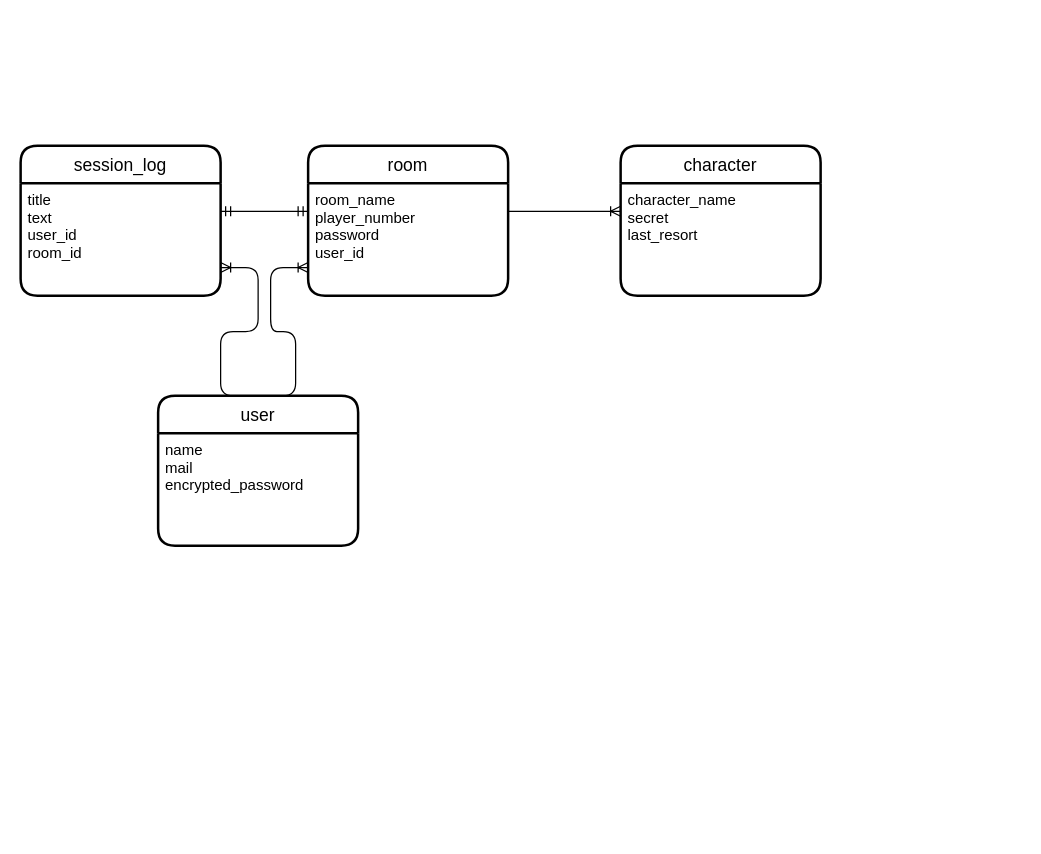
ysys1195/shinobi_assist_31491 keeps this draw.io diagram as drawing.dio. Above is the earlier version. Source tidied: cells renumbered, new cells numbered last; positions are measured from the earlier drawing's top-left corner, leaving out a move shared by most shapes. Both pictures are drawn from the tidied source at 125%, with x=0, y=0 at pixel (20, 145).
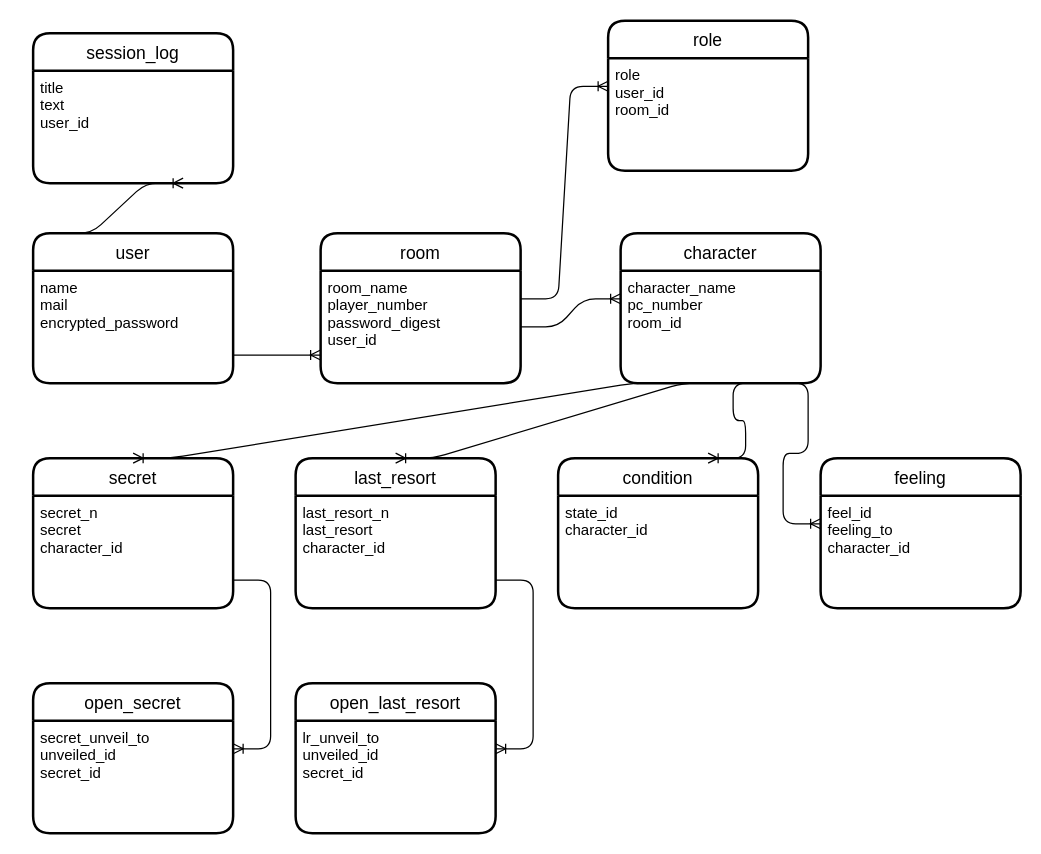
The same diagram, later.

The change refers to these unchanged cells:
```xml
<mxCell id="3" value="name&#10;mail&#10;encrypted_password" style="align=left;strokeColor=none;fillColor=none;spacingLeft=4;fontSize=12;verticalAlign=top;" parent="2" vertex="1">
  <mxGeometry y="30" width="160" height="90" as="geometry" />
</mxCell>
```

Diff of the diagram source:
```diff
@@
     <mxCell id="2" value="user" style="swimlane;horizontal=1;startSize=30;rounded=1;fontSize=14;fontStyle=0;strokeWidth=2;shadow=0;dashed=0;align=center;" parent="1" vertex="1">
-      <mxGeometry x="110" y="200" width="160" height="120" as="geometry" />
+      <mxGeometry x="10" y="70" width="160" height="120" as="geometry" />
     </mxCell>
@@
     <mxCell id="4" value="room" style="swimlane;horizontal=1;startSize=30;rounded=1;fontSize=14;fontStyle=0;strokeWidth=2;shadow=0;dashed=0;align=center;" parent="1" vertex="1">
-      <mxGeometry x="230" width="160" height="120" as="geometry" />
+      <mxGeometry x="240" y="70" width="160" height="120" as="geometry" />
     </mxCell>
-    <mxCell id="5" value="room_name&#10;player_number&#10;password&#10;user_id" style="align=left;strokeColor=none;fillColor=none;spacingLeft=4;fontSize=12;verticalAlign=top;" parent="4" vertex="1">
+    <mxCell id="5" value="room_name&#10;player_number&#10;password_digest&#10;user_id" style="align=left;strokeColor=none;fillColor=none;spacingLeft=4;fontSize=12;verticalAlign=top;" parent="4" vertex="1">
       <mxGeometry y="30" width="160" height="90" as="geometry" />
     </mxCell>
     <mxCell id="6" value="session_log" style="swimlane;horizontal=1;startSize=30;rounded=1;fontSize=14;fontStyle=0;strokeWidth=2;shadow=0;dashed=0;align=center;" parent="1" vertex="1">
-      <mxGeometry width="160" height="120" as="geometry" />
+      <mxGeometry x="10" y="-90" width="160" height="120" as="geometry" />
     </mxCell>
-    <mxCell id="7" value="title&#10;text&#10;user_id&#10;room_id" style="align=left;strokeColor=none;fillColor=none;spacingLeft=4;fontSize=12;verticalAlign=top;" parent="6" vertex="1">
+    <mxCell id="7" value="title&#10;text&#10;user_id" style="align=left;strokeColor=none;fillColor=none;spacingLeft=4;fontSize=12;verticalAlign=top;" parent="6" vertex="1">
       <mxGeometry y="30" width="160" height="90" as="geometry" />
     </mxCell>
-    <mxCell id="8" value="character" style="swimlane;horizontal=1;startSize=30;rounded=1;fontSize=14;fontStyle=0;strokeWidth=2;shadow=0;dashed=0;align=center;" parent="1" vertex="1">
-      <mxGeometry x="480" width="160" height="120" as="geometry" />
+    <mxCell id="8" value="role" style="swimlane;horizontal=1;startSize=30;rounded=1;fontSize=14;fontStyle=0;strokeWidth=2;shadow=0;dashed=0;align=center;" parent="1" vertex="1">
+      <mxGeometry x="470" y="-100" width="160" height="120" as="geometry" />
     </mxCell>
-    <mxCell id="9" value="character_name&#10;secret&#10;last_resort" style="align=left;strokeColor=none;fillColor=none;spacingLeft=4;fontSize=12;verticalAlign=top;" parent="8" vertex="1">
+    <mxCell id="9" value="role&#10;user_id&#10;room_id" style="align=left;strokeColor=none;fillColor=none;spacingLeft=4;fontSize=12;verticalAlign=top;" parent="8" vertex="1">
       <mxGeometry y="30" width="160" height="90" as="geometry" />
     </mxCell>
-    <mxCell id="10" style="edgeStyle=entityRelationEdgeStyle;fontSize=12;html=1;endArrow=ERoneToMany;entryX=0;entryY=0.75;entryDx=0;entryDy=0;exitX=0.5;exitY=0;exitDx=0;exitDy=0;" parent="1" edge="1" source="2" target="5">
+    <mxCell id="10" style="edgeStyle=entityRelationEdgeStyle;fontSize=12;html=1;endArrow=ERoneToMany;entryX=0;entryY=0.75;entryDx=0;entryDy=0;exitX=1;exitY=0.75;exitDx=0;exitDy=0;" parent="1" edge="1" source="3" target="5">
       <mxGeometry relative="1" as="geometry" />
     </mxCell>
-    <mxCell id="11" style="edgeStyle=entityRelationEdgeStyle;fontSize=12;html=1;endArrow=ERmandOne;startArrow=ERmandOne;exitX=1;exitY=0.25;exitDx=0;exitDy=0;entryX=0;entryY=0.25;entryDx=0;entryDy=0;" parent="1" edge="1" source="7" target="5">
-      <mxGeometry relative="1" as="geometry" />
-    </mxCell>
-    <mxCell id="12" style="edgeStyle=entityRelationEdgeStyle;fontSize=12;html=1;endArrow=ERoneToMany;exitX=0.5;exitY=0;exitDx=0;exitDy=0;entryX=1;entryY=0.75;entryDx=0;entryDy=0;" parent="1" edge="1" source="2" target="7">
+    <mxCell id="12" style="edgeStyle=entityRelationEdgeStyle;fontSize=12;html=1;endArrow=ERoneToMany;exitX=0.106;exitY=0;exitDx=0;exitDy=0;entryX=0.75;entryY=1;entryDx=0;entryDy=0;exitPerimeter=0;" parent="1" edge="1" source="2" target="7">
       <mxGeometry relative="1" as="geometry" />
     </mxCell>
@@
+    <mxCell id="14" value="character" style="swimlane;horizontal=1;startSize=30;rounded=1;fontSize=14;fontStyle=0;strokeWidth=2;shadow=0;dashed=0;align=center;" parent="1" vertex="1">
+      <mxGeometry x="480" y="70" width="160" height="120" as="geometry" />
+    </mxCell>
+    <mxCell id="15" value="character_name&#10;pc_number&#10;room_id" style="align=left;strokeColor=none;fillColor=none;spacingLeft=4;fontSize=12;verticalAlign=top;" parent="14" vertex="1">
+      <mxGeometry y="30" width="160" height="90" as="geometry" />
+    </mxCell>
+    <mxCell id="16" style="edgeStyle=entityRelationEdgeStyle;fontSize=12;html=1;endArrow=ERoneToMany;exitX=1;exitY=0.5;exitDx=0;exitDy=0;entryX=0;entryY=0.25;entryDx=0;entryDy=0;" parent="1" edge="1" source="5" target="15">
+      <mxGeometry relative="1" as="geometry" />
+    </mxCell>
+    <mxCell id="17" value="feeling" style="swimlane;horizontal=1;startSize=30;rounded=1;fontSize=14;fontStyle=0;strokeWidth=2;shadow=0;dashed=0;align=center;" parent="1" vertex="1">
+      <mxGeometry x="640" y="250" width="160" height="120" as="geometry" />
+    </mxCell>
+    <mxCell id="18" value="feel_id&#10;feeling_to&#10;character_id" style="align=left;strokeColor=none;fillColor=none;spacingLeft=4;fontSize=12;verticalAlign=top;" parent="17" vertex="1">
+      <mxGeometry y="30" width="160" height="90" as="geometry" />
+    </mxCell>
+    <mxCell id="19" style="edgeStyle=entityRelationEdgeStyle;fontSize=12;html=1;endArrow=ERoneToMany;exitX=0.75;exitY=1;exitDx=0;exitDy=0;entryX=0;entryY=0.25;entryDx=0;entryDy=0;" parent="1" edge="1" source="15" target="18">
+      <mxGeometry relative="1" as="geometry" />
+    </mxCell>
+    <mxCell id="20" value="condition" style="swimlane;horizontal=1;startSize=30;rounded=1;fontSize=14;fontStyle=0;strokeWidth=2;shadow=0;dashed=0;align=center;" parent="1" vertex="1">
+      <mxGeometry x="430" y="250" width="160" height="120" as="geometry" />
+    </mxCell>
+    <mxCell id="21" value="state_id&#10;character_id" style="align=left;strokeColor=none;fillColor=none;spacingLeft=4;fontSize=12;verticalAlign=top;" parent="20" vertex="1">
+      <mxGeometry y="30" width="160" height="90" as="geometry" />
+    </mxCell>
+    <mxCell id="22" style="edgeStyle=entityRelationEdgeStyle;fontSize=12;html=1;endArrow=ERoneToMany;exitX=0.75;exitY=1;exitDx=0;exitDy=0;entryX=0.75;entryY=0;entryDx=0;entryDy=0;" parent="1" edge="1" source="15" target="20">
+      <mxGeometry relative="1" as="geometry" />
+    </mxCell>
+    <mxCell id="23" value="last_resort" style="swimlane;horizontal=1;startSize=30;rounded=1;fontSize=14;fontStyle=0;strokeWidth=2;shadow=0;dashed=0;align=center;" parent="1" vertex="1">
+      <mxGeometry x="220" y="250" width="160" height="120" as="geometry" />
+    </mxCell>
+    <mxCell id="24" value="last_resort_n&#10;last_resort&#10;character_id" style="align=left;strokeColor=none;fillColor=none;spacingLeft=4;fontSize=12;verticalAlign=top;" parent="23" vertex="1">
+      <mxGeometry y="30" width="160" height="90" as="geometry" />
+    </mxCell>
+    <mxCell id="25" style="edgeStyle=entityRelationEdgeStyle;fontSize=12;html=1;endArrow=ERoneToMany;exitX=0.5;exitY=1;exitDx=0;exitDy=0;entryX=0.5;entryY=0;entryDx=0;entryDy=0;" parent="1" edge="1" source="15" target="23">
+      <mxGeometry relative="1" as="geometry" />
+    </mxCell>
+    <mxCell id="26" value="secret" style="swimlane;horizontal=1;startSize=30;rounded=1;fontSize=14;fontStyle=0;strokeWidth=2;shadow=0;dashed=0;align=center;" parent="1" vertex="1">
+      <mxGeometry x="10" y="250" width="160" height="120" as="geometry" />
+    </mxCell>
+    <mxCell id="27" value="secret_n&#10;secret&#10;character_id" style="align=left;strokeColor=none;fillColor=none;spacingLeft=4;fontSize=12;verticalAlign=top;" parent="26" vertex="1">
+      <mxGeometry y="30" width="160" height="90" as="geometry" />
+    </mxCell>
+    <mxCell id="28" style="edgeStyle=entityRelationEdgeStyle;fontSize=12;html=1;endArrow=ERoneToMany;exitX=0.25;exitY=1;exitDx=0;exitDy=0;entryX=0.5;entryY=0;entryDx=0;entryDy=0;" parent="1" edge="1" source="15" target="26">
+      <mxGeometry relative="1" as="geometry" />
+    </mxCell>
+    <mxCell id="29" value="open_last_resort" style="swimlane;horizontal=1;startSize=30;rounded=1;fontSize=14;fontStyle=0;strokeWidth=2;shadow=0;dashed=0;align=center;" parent="1" vertex="1">
+      <mxGeometry x="220" y="430" width="160" height="120" as="geometry" />
+    </mxCell>
+    <mxCell id="30" value="lr_unveil_to&#10;unveiled_id&#10;secret_id" style="align=left;strokeColor=none;fillColor=none;spacingLeft=4;fontSize=12;verticalAlign=top;" parent="29" vertex="1">
+      <mxGeometry y="30" width="160" height="90" as="geometry" />
+    </mxCell>
+    <mxCell id="31" style="edgeStyle=entityRelationEdgeStyle;fontSize=12;html=1;endArrow=ERoneToMany;entryX=1;entryY=0.25;entryDx=0;entryDy=0;exitX=1;exitY=0.75;exitDx=0;exitDy=0;" parent="1" edge="1" source="24" target="30">
+      <mxGeometry relative="1" as="geometry" />
+    </mxCell>
+    <mxCell id="32" value="open_secret" style="swimlane;horizontal=1;startSize=30;rounded=1;fontSize=14;fontStyle=0;strokeWidth=2;shadow=0;dashed=0;align=center;" parent="1" vertex="1">
+      <mxGeometry x="10" y="430" width="160" height="120" as="geometry" />
+    </mxCell>
+    <mxCell id="33" value="secret_unveil_to&#10;unveiled_id&#10;secret_id" style="align=left;strokeColor=none;fillColor=none;spacingLeft=4;fontSize=12;verticalAlign=top;" parent="32" vertex="1">
+      <mxGeometry y="30" width="160" height="90" as="geometry" />
+    </mxCell>
+    <mxCell id="34" style="edgeStyle=entityRelationEdgeStyle;fontSize=12;html=1;endArrow=ERoneToMany;exitX=1;exitY=0.75;exitDx=0;exitDy=0;entryX=1;entryY=0.25;entryDx=0;entryDy=0;" parent="1" edge="1" source="27" target="33">
+      <mxGeometry relative="1" as="geometry" />
+    </mxCell>
```
